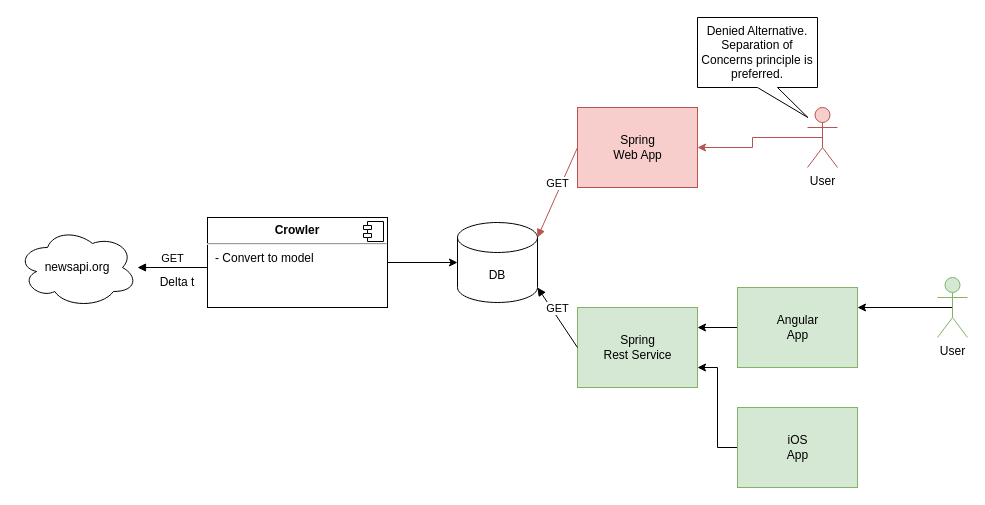
Earlier version of the draw.io diagram architecture.drawio (asiday/news-aggregator). Source tidied: cells renumbered, new cells numbered last; positions are measured from the earlier drawing's top-left corner, leaving out a move shared by most shapes. Both pictures are drawn from the tidied source at 100%, with x=0, y=0 at pixel (17, 17).
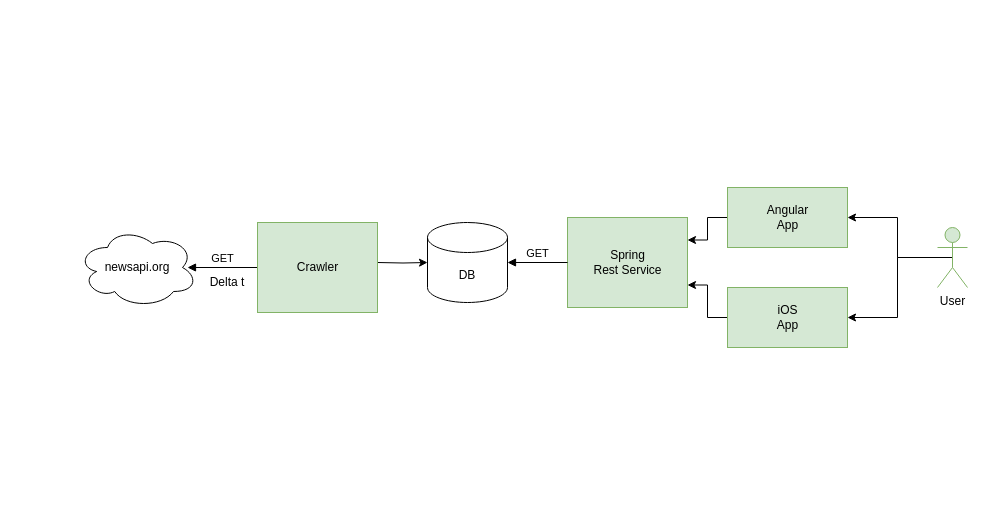
The same page after the edit.

The edit, as a diff of the source:
```diff
@@
     <mxCell id="2" value="DB" style="shape=cylinder3;whiteSpace=wrap;html=1;boundedLbl=1;backgroundOutline=1;size=15;" parent="1" vertex="1">
-      <mxGeometry x="440" y="205" width="80" height="80" as="geometry" />
+      <mxGeometry x="410" y="205" width="80" height="80" as="geometry" />
     </mxCell>
-    <mxCell id="3" style="edgeStyle=orthogonalEdgeStyle;rounded=0;jettySize=auto;html=1;entryX=0;entryY=0.5;entryDx=0;entryDy=0;entryPerimeter=0;" parent="1" edge="1" source="4" target="2">
-      <mxGeometry relative="1" as="geometry" />
+    <mxCell id="3" style="edgeStyle=orthogonalEdgeStyle;rounded=0;jettySize=auto;html=1;entryX=0;entryY=0.5;entryDx=0;entryDy=0;entryPerimeter=0;" parent="1" edge="1" target="2">
+      <mxGeometry relative="1" as="geometry">
+        <mxPoint x="360" y="245" as="sourcePoint" />
+      </mxGeometry>
     </mxCell>
-    <mxCell id="4" value="&lt;p style=&quot;margin: 0px ; margin-top: 6px ; text-align: center&quot;&gt;&lt;b&gt;Crowler&lt;/b&gt;&lt;/p&gt;&lt;hr&gt;&lt;p style=&quot;margin: 0px ; margin-left: 8px&quot;&gt;- Convert to model&lt;/p&gt;" style="align=left;overflow=fill;html=1;" parent="1" vertex="1">
-      <mxGeometry x="190" y="200" width="180" height="90" as="geometry" />
-    </mxCell>
-    <mxCell id="5" style="shape=component;jettyWidth=8;jettyHeight=4;" parent="4" vertex="1">
-      <mxGeometry x="1" width="20" height="20" relative="1" as="geometry">
-        <mxPoint x="-24" y="4" as="offset" />
-      </mxGeometry>
-    </mxCell>
     <mxCell id="6" value="GET" style="html=1;verticalAlign=bottom;endArrow=block;rounded=0;" parent="1" edge="1">
       <mxGeometry relative="1" as="geometry">
-        <mxPoint x="190" y="250" as="sourcePoint" />
-        <mxPoint x="120" y="250" as="targetPoint" />
+        <mxPoint x="240" y="250" as="sourcePoint" />
+        <mxPoint x="170" y="250" as="targetPoint" />
       </mxGeometry>
     </mxCell>
     <mxCell id="7" value="Delta t" style="text;html=1;strokeColor=none;fillColor=none;align=center;verticalAlign=middle;whiteSpace=wrap;rounded=0;" parent="1" vertex="1">
-      <mxGeometry x="130" y="250" width="60" height="30" as="geometry" />
+      <mxGeometry x="180" y="250" width="60" height="30" as="geometry" />
     </mxCell>
     <mxCell id="8" value="newsapi.org" style="ellipse;shape=cloud;whiteSpace=wrap;html=1;" parent="1" vertex="1">
-      <mxGeometry y="210" width="120" height="80" as="geometry" />
+      <mxGeometry x="60" y="210" width="120" height="80" as="geometry" />
     </mxCell>
-    <mxCell id="9" value="Spring&lt;br&gt;Web App" style="html=1;fillColor=#f8cecc;strokeColor=#b85450;" parent="1" vertex="1">
-      <mxGeometry x="560" y="90" width="120" height="80" as="geometry" />
-    </mxCell>
     <mxCell id="10" value="Spring&lt;br&gt;Rest Service" style="html=1;fillColor=#d5e8d4;strokeColor=#82b366;" parent="1" vertex="1">
-      <mxGeometry x="560" y="290" width="120" height="80" as="geometry" />
+      <mxGeometry x="550" y="200" width="120" height="90" as="geometry" />
     </mxCell>
@@
     <mxCell id="12" value="Angular&lt;br&gt;App" style="html=1;fillColor=#d5e8d4;strokeColor=#82b366;" parent="1" vertex="1">
-      <mxGeometry x="720" y="270" width="120" height="80" as="geometry" />
+      <mxGeometry x="710" y="170" width="120" height="60" as="geometry" />
     </mxCell>
@@
     <mxCell id="14" value="iOS&lt;br&gt;App" style="html=1;fillColor=#d5e8d4;strokeColor=#82b366;" parent="1" vertex="1">
-      <mxGeometry x="720" y="390" width="120" height="80" as="geometry" />
+      <mxGeometry x="710" y="270" width="120" height="60" as="geometry" />
     </mxCell>
-    <mxCell id="15" style="edgeStyle=orthogonalEdgeStyle;rounded=0;jettySize=auto;html=1;exitX=0.5;exitY=0.5;exitDx=0;exitDy=0;exitPerimeter=0;fillColor=#f8cecc;strokeColor=#b85450;" parent="1" edge="1" source="16" target="9">
-      <mxGeometry relative="1" as="geometry" />
-    </mxCell>
-    <mxCell id="16" value="User" style="shape=umlActor;verticalLabelPosition=bottom;verticalAlign=top;html=1;fillColor=#f8cecc;strokeColor=#b85450;" parent="1" vertex="1">
-      <mxGeometry x="790" y="90" width="30" height="60" as="geometry" />
-    </mxCell>
-    <mxCell id="17" style="edgeStyle=orthogonalEdgeStyle;rounded=0;jettySize=auto;html=1;exitX=0.5;exitY=0.5;exitDx=0;exitDy=0;exitPerimeter=0;entryX=1;entryY=0.25;entryDx=0;entryDy=0;" parent="1" edge="1" source="18" target="12">
-      <mxGeometry relative="1" as="geometry" />
+    <mxCell id="17" style="edgeStyle=orthogonalEdgeStyle;rounded=0;jettySize=auto;html=1;exitX=0.5;exitY=0.5;exitDx=0;exitDy=0;exitPerimeter=0;entryX=1;entryY=0.5;entryDx=0;entryDy=0;" parent="1" edge="1" source="18" target="12">
+      <mxGeometry relative="1" as="geometry">
+        <Array as="points">
+          <mxPoint x="880" y="240" />
+          <mxPoint x="880" y="200" />
+        </Array>
+      </mxGeometry>
     </mxCell>
     <mxCell id="18" value="User&lt;br&gt;" style="shape=umlActor;verticalLabelPosition=bottom;verticalAlign=top;html=1;fillColor=#d5e8d4;strokeColor=#82b366;" parent="1" vertex="1">
-      <mxGeometry x="920" y="260" width="30" height="60" as="geometry" />
+      <mxGeometry x="920" y="210" width="30" height="60" as="geometry" />
     </mxCell>
-    <mxCell id="19" value="GET" style="html=1;verticalAlign=bottom;endArrow=block;rounded=0;exitX=0;exitY=0.5;exitDx=0;exitDy=0;entryX=1;entryY=0;entryDx=0;entryDy=15;entryPerimeter=0;fillColor=#f8cecc;strokeColor=#b85450;" parent="1" edge="1" source="9" target="2">
-      <mxGeometry relative="1" as="geometry" />
-    </mxCell>
-    <mxCell id="20" value="GET" style="html=1;verticalAlign=bottom;endArrow=block;rounded=0;exitX=0;exitY=0.5;exitDx=0;exitDy=0;entryX=1;entryY=1;entryDx=0;entryDy=-15;entryPerimeter=0;" parent="1" edge="1" source="10" target="2">
+    <mxCell id="20" value="GET" style="html=1;verticalAlign=bottom;endArrow=block;rounded=0;exitX=0;exitY=0.5;exitDx=0;exitDy=0;entryX=1;entryY=0.5;entryDx=0;entryDy=0;entryPerimeter=0;" parent="1" edge="1" source="10" target="2">
       <mxGeometry relative="1" as="geometry" />
     </mxCell>
-    <mxCell id="21" value="Denied Alternative.&lt;br&gt;Separation of Concerns principle is preferred." style="shape=callout;whiteSpace=wrap;html=1;perimeter=calloutPerimeter;position2=0.92;" parent="1" vertex="1">
-      <mxGeometry x="680" width="120" height="100" as="geometry" />
-    </mxCell>
+    <mxCell id="22" style="edgeStyle=orthogonalEdgeStyle;rounded=0;jettySize=auto;html=1;entryX=1;entryY=0.5;entryDx=0;entryDy=0;" parent="1" edge="1" target="14">
+      <mxGeometry relative="1" as="geometry">
+        <mxPoint x="930" y="240" as="sourcePoint" />
+        <Array as="points">
+          <mxPoint x="880" y="240" />
+          <mxPoint x="880" y="300" />
+        </Array>
+      </mxGeometry>
+    </mxCell>
+    <mxCell id="23" value="Crawler" style="html=1;fillColor=#d5e8d4;strokeColor=#82b366;" parent="1" vertex="1">
+      <mxGeometry x="240" y="205" width="120" height="90" as="geometry" />
+    </mxCell>
```
